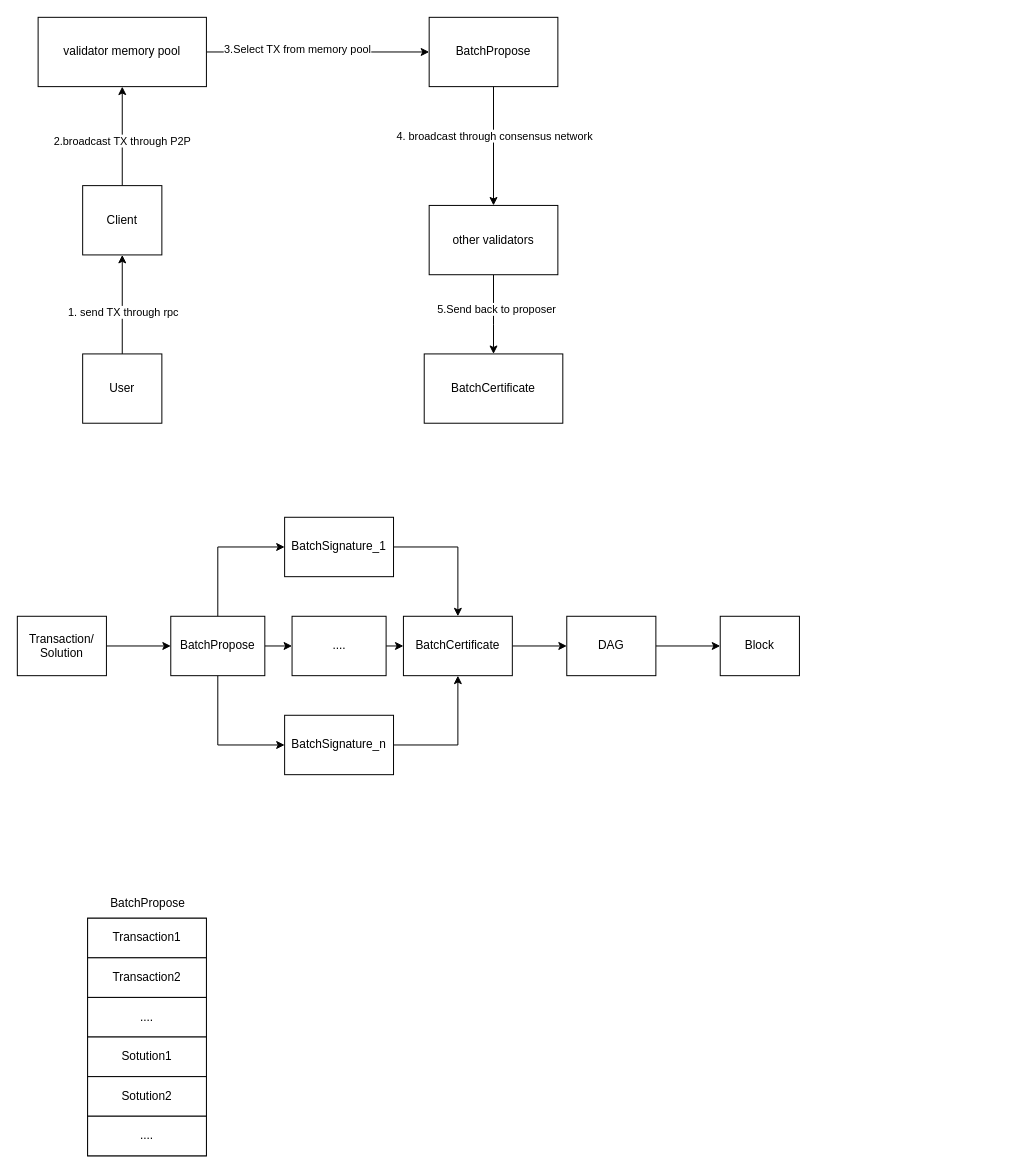
This is tx_lifecycle.drawio from ghostant-1017/draw-io, a draw.io file, before an edit. Source tidied: cells renumbered, new cells numbered last; positions are measured from the earlier drawing's top-left corner, leaving out a move shared by most shapes. Both pictures are drawn from the tidied source at 99%, with x=0, y=0 at pixel (17, 17).
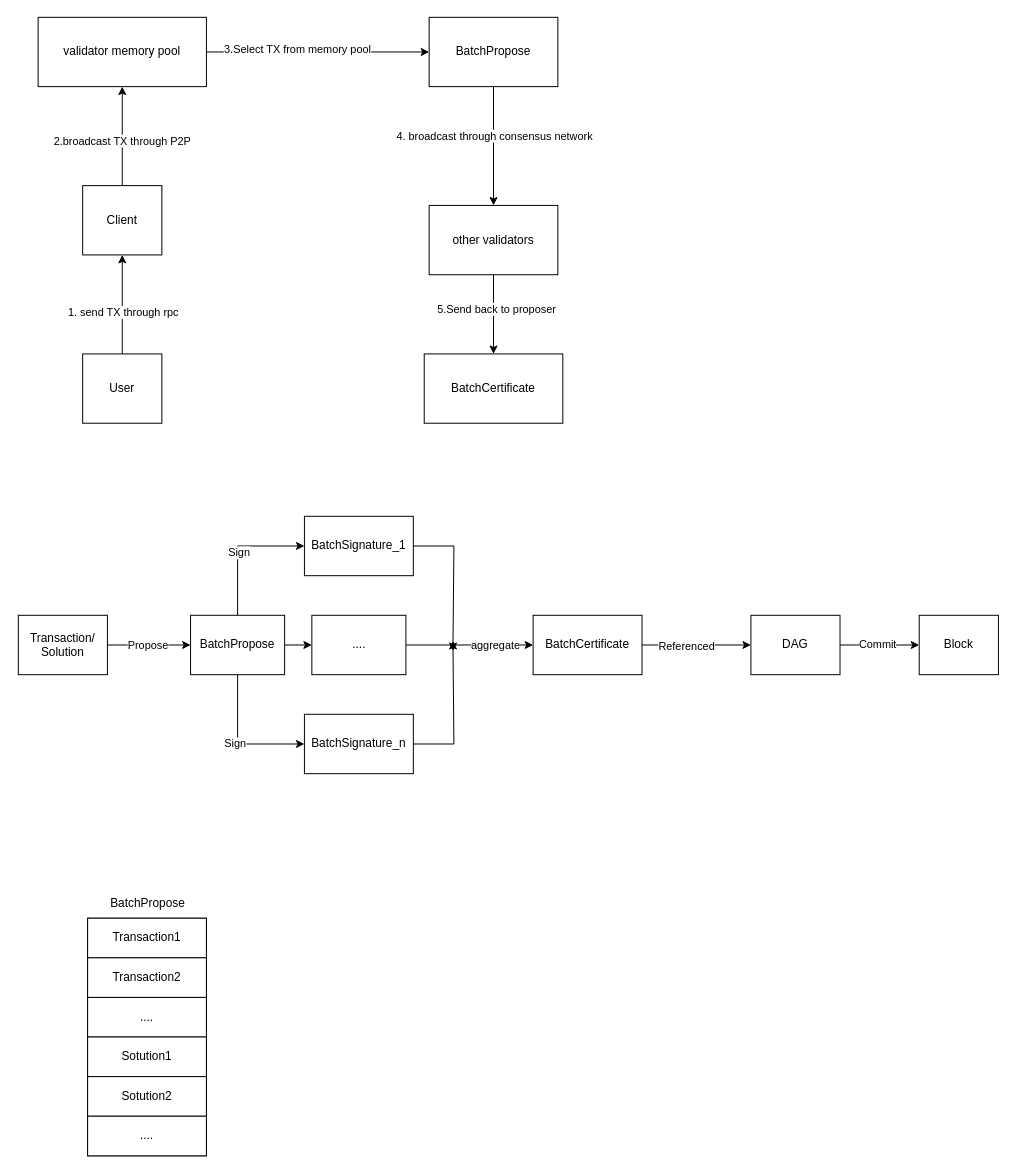
The same diagram, later.

Unchanged cells that the change refers to:
```xml
<mxCell id="18" style="edgeStyle=orthogonalEdgeStyle;rounded=0;jettySize=auto;html=1;exitX=1;exitY=0.5;exitDx=0;exitDy=0;entryX=0;entryY=0.5;entryDx=0;entryDy=0;" parent="1" edge="1" source="19" target="23">
  <mxGeometry relative="1" as="geometry" />
</mxCell>
<mxCell id="20" style="edgeStyle=orthogonalEdgeStyle;rounded=0;jettySize=auto;html=1;exitX=0.5;exitY=0;exitDx=0;exitDy=0;entryX=0;entryY=0.5;entryDx=0;entryDy=0;" parent="1" edge="1" source="23" target="32">
  <mxGeometry relative="1" as="geometry" />
</mxCell>
<mxCell id="21" style="edgeStyle=orthogonalEdgeStyle;rounded=0;jettySize=auto;html=1;exitX=0.5;exitY=1;exitDx=0;exitDy=0;entryX=0;entryY=0.5;entryDx=0;entryDy=0;" parent="1" edge="1" source="23" target="30">
  <mxGeometry relative="1" as="geometry" />
</mxCell>
<mxCell id="24" style="edgeStyle=orthogonalEdgeStyle;rounded=0;jettySize=auto;html=1;exitX=1;exitY=0.5;exitDx=0;exitDy=0;entryX=0;entryY=0.5;entryDx=0;entryDy=0;" parent="1" edge="1" source="25" target="27">
  <mxGeometry relative="1" as="geometry" />
</mxCell>
<mxCell id="26" style="edgeStyle=orthogonalEdgeStyle;rounded=0;jettySize=auto;html=1;exitX=1;exitY=0.5;exitDx=0;exitDy=0;entryX=0;entryY=0.5;entryDx=0;entryDy=0;" parent="1" edge="1" source="27" target="28">
  <mxGeometry relative="1" as="geometry" />
</mxCell>
<mxCell id="33" style="edgeStyle=orthogonalEdgeStyle;rounded=0;jettySize=auto;html=1;exitX=1;exitY=0.5;exitDx=0;exitDy=0;entryX=0;entryY=0.5;entryDx=0;entryDy=0;" parent="1" edge="1" source="34" target="25">
  <mxGeometry relative="1" as="geometry" />
</mxCell>
```

Diff of the diagram source:
```diff
@@
+    <mxCell id="43" value="Propose" style="edgeLabel;html=1;align=center;verticalAlign=middle;" parent="18" vertex="1">
+      <mxGeometry x="-0.24" y="1" relative="1" as="geometry">
+        <mxPoint x="8" y="1" as="offset" />
+      </mxGeometry>
+    </mxCell>
     <mxCell id="19" value="Transaction/&lt;div&gt;Solution&lt;/div&gt;" style="rounded=0;whiteSpace=wrap;html=1;" parent="1" vertex="1">
-      <mxGeometry y="605" width="90" height="60" as="geometry" />
+      <mxGeometry x="1" y="604" width="90" height="60" as="geometry" />
     </mxCell>
@@
+    <mxCell id="44" value="Sign" style="edgeLabel;html=1;align=center;verticalAlign=middle;" parent="20" vertex="1">
+      <mxGeometry x="-0.07" y="-1" relative="1" as="geometry" />
+    </mxCell>
@@
+    <mxCell id="45" value="Sign" style="edgeLabel;html=1;align=center;verticalAlign=middle;" parent="21" vertex="1">
+      <mxGeometry y="-3" relative="1" as="geometry" />
+    </mxCell>
@@
     <mxCell id="23" value="BatchPropose" style="rounded=0;whiteSpace=wrap;html=1;" parent="1" vertex="1">
-      <mxGeometry x="155" y="605" width="95" height="60" as="geometry" />
+      <mxGeometry x="175" y="604" width="95" height="60" as="geometry" />
     </mxCell>
@@
+    <mxCell id="46" value="Referenced" style="edgeLabel;html=1;align=center;verticalAlign=middle;" parent="24" vertex="1">
+      <mxGeometry x="-0.2" y="-1" relative="1" as="geometry" />
+    </mxCell>
     <mxCell id="25" value="BatchCertificate" style="rounded=0;whiteSpace=wrap;html=1;" parent="1" vertex="1">
-      <mxGeometry x="390" y="605" width="110" height="60" as="geometry" />
+      <mxGeometry x="521" y="604" width="110" height="60" as="geometry" />
     </mxCell>
@@
+    <mxCell id="47" value="Commit" style="edgeLabel;html=1;align=center;verticalAlign=middle;" parent="26" vertex="1">
+      <mxGeometry x="-0.07" y="1" relative="1" as="geometry" />
+    </mxCell>
     <mxCell id="27" value="DAG" style="rounded=0;whiteSpace=wrap;html=1;" parent="1" vertex="1">
-      <mxGeometry x="555" y="605" width="90" height="60" as="geometry" />
+      <mxGeometry x="741" y="604" width="90" height="60" as="geometry" />
     </mxCell>
     <mxCell id="28" value="Block" style="rounded=0;whiteSpace=wrap;html=1;" parent="1" vertex="1">
-      <mxGeometry x="710" y="605" width="80" height="60" as="geometry" />
+      <mxGeometry x="911" y="604" width="80" height="60" as="geometry" />
     </mxCell>
-    <mxCell id="29" style="edgeStyle=orthogonalEdgeStyle;rounded=0;jettySize=auto;html=1;exitX=1;exitY=0.5;exitDx=0;exitDy=0;entryX=0.5;entryY=1;entryDx=0;entryDy=0;" parent="1" edge="1" source="30" target="25">
-      <mxGeometry relative="1" as="geometry" />
-    </mxCell>
+    <mxCell id="48" style="edgeStyle=orthogonalEdgeStyle;rounded=0;orthogonalLoop=1;jettySize=auto;html=1;exitX=1;exitY=0.5;exitDx=0;exitDy=0;" parent="1" edge="1">
+      <mxGeometry relative="1" as="geometry">
+        <mxPoint x="349" y="734" as="sourcePoint" />
+        <mxPoint x="440" y="630" as="targetPoint" />
+        <Array as="points">
+          <mxPoint x="441" y="734" />
+        </Array>
+      </mxGeometry>
+    </mxCell>
     <mxCell id="30" value="BatchSignature_n" style="rounded=0;whiteSpace=wrap;html=1;" parent="1" vertex="1">
-      <mxGeometry x="270" y="705" width="110" height="60" as="geometry" />
+      <mxGeometry x="290" y="704" width="110" height="60" as="geometry" />
     </mxCell>
-    <mxCell id="31" style="edgeStyle=orthogonalEdgeStyle;rounded=0;jettySize=auto;html=1;exitX=1;exitY=0.5;exitDx=0;exitDy=0;entryX=0.5;entryY=0;entryDx=0;entryDy=0;" parent="1" edge="1" source="32" target="25">
-      <mxGeometry relative="1" as="geometry" />
-    </mxCell>
+    <mxCell id="49" style="edgeStyle=orthogonalEdgeStyle;rounded=0;orthogonalLoop=1;jettySize=auto;html=1;exitX=1;exitY=0.5;exitDx=0;exitDy=0;" parent="1" edge="1">
+      <mxGeometry relative="1" as="geometry">
+        <mxPoint x="349" y="534" as="sourcePoint" />
+        <mxPoint x="440" y="640" as="targetPoint" />
+        <Array as="points">
+          <mxPoint x="441" y="534" />
+        </Array>
+      </mxGeometry>
+    </mxCell>
     <mxCell id="32" value="BatchSignature_1" style="rounded=0;whiteSpace=wrap;html=1;" parent="1" vertex="1">
-      <mxGeometry x="270" y="505" width="110" height="60" as="geometry" />
+      <mxGeometry x="290" y="504" width="110" height="60" as="geometry" />
     </mxCell>
@@
+    <mxCell id="50" value="aggregate" style="edgeLabel;html=1;align=center;verticalAlign=middle;" parent="33" vertex="1">
+      <mxGeometry x="0.61" y="1" relative="1" as="geometry">
+        <mxPoint x="-13" y="1" as="offset" />
+      </mxGeometry>
+    </mxCell>
     <mxCell id="34" value="...." style="rounded=0;whiteSpace=wrap;html=1;" parent="1" vertex="1">
-      <mxGeometry x="277.5" y="605" width="95" height="60" as="geometry" />
+      <mxGeometry x="297.5" y="604" width="95" height="60" as="geometry" />
     </mxCell>
```
